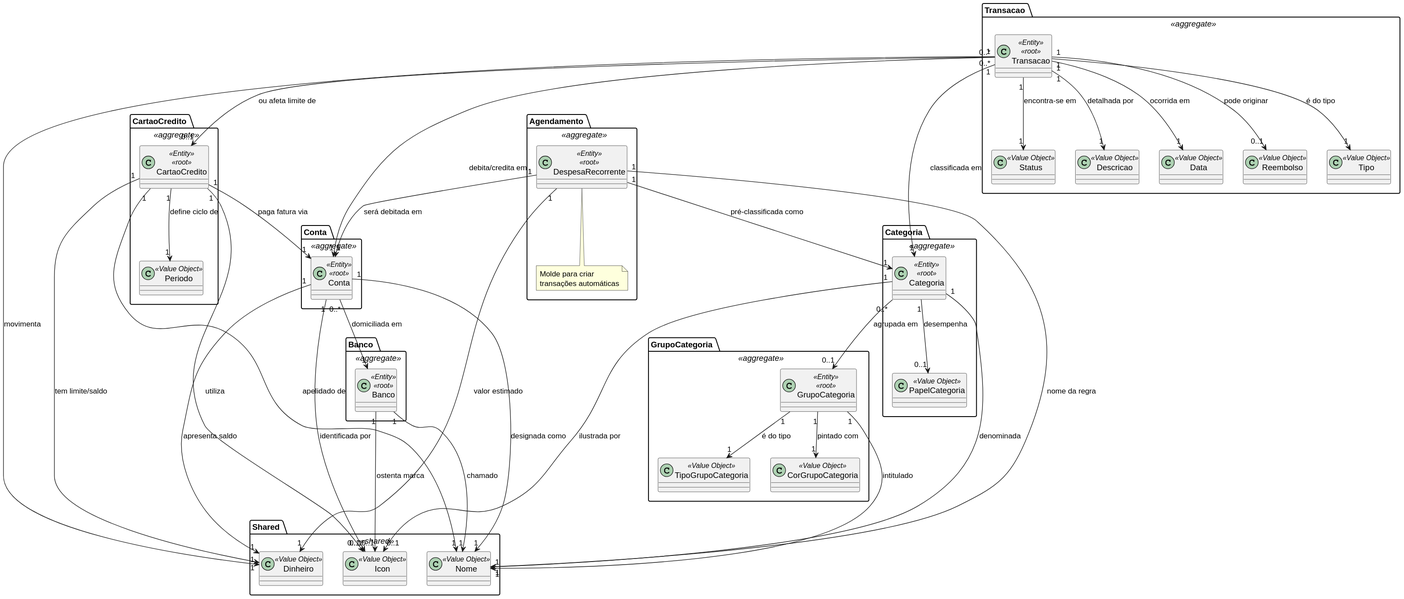
Before: docs/domain_model.svg, a diagram exported from PlantUML (DiogoMMP/Poupa-me). The source it was exported from:
```plantuml
@startuml
package "Banco " <<aggregate>> {
    class Banco <<Entity>> <<root>> {
    }
}

package "Conta " <<aggregate>> {
    class Conta <<Entity>> <<root>>{
    }
}

package "CartaoCredito " <<aggregate>> {
    class CartaoCredito <<Entity>> <<root>>{
    }

    class Periodo <<Value Object>> {
    }

    CartaoCredito "1" --> "1" Periodo: define ciclo de
}

package "Transacao " <<aggregate>> {
    class Transacao <<Entity>> <<root>>{
    }

    class Data <<Value Object>> {
    }

    class Reembolso <<Value Object>> {
    }

    class Tipo <<Value Object>> {
    }

    class Status <<Value Object>> {
    }

    class Descricao <<Value Object>> {
    }

    Transacao "1" --> "1" Data: ocorrida em
    Transacao "1" --> "0..1" Reembolso: pode originar
    Transacao "1" --> "1" Tipo: é do tipo
    Transacao "1" --> "1" Status: encontra-se em
    Transacao "1" --> "1" Descricao: detalhada por
}

package "Agendamento " <<aggregate>> {
    class DespesaRecorrente <<Entity>> <<root>> {
    }
    note bottom of DespesaRecorrente
        Molde para criar
        transações automáticas
    end note
}

package "Categoria " <<aggregate>> {
    class Categoria <<Entity>> <<root>>{
    }

    class PapelCategoria <<Value Object>> {
    }

    Categoria "1" --> "0..1" PapelCategoria: desempenha
}

package "GrupoCategoria " <<aggregate>> {
    class GrupoCategoria <<Entity>> <<root>>{
    }

    class TipoGrupoCategoria <<Value Object>> {
    }

    class CorGrupoCategoria <<Value Object>> {
    }

    GrupoCategoria "1" --> "1" TipoGrupoCategoria: é do tipo
    GrupoCategoria "1" --> "1" CorGrupoCategoria: pintado com
}

package "Shared " <<shared>> {
    class Nome <<Value Object>> {
    }

    class Dinheiro <<Value Object>> {
    }

    class Icon <<Value Object>> {
    }
}



Conta "0..*" --> "1" Banco: domiciliada em
Conta "1" ---> "0..1" Icon: identificada por
Conta "1" ---> "1" Dinheiro: apresenta saldo
Conta "1" ---> "1" Nome: designada como

CartaoCredito "1" ---> "0..1" Icon: utiliza
CartaoCredito "1" --> "1" Conta: paga fatura via
CartaoCredito "1" ---> "1" Dinheiro: tem limite/saldo
CartaoCredito "1" ---> "1" Nome: apelidado de

Transacao "0..*" --> "1" Conta: debita/credita em
Transacao "0..*" --> "0..1" CartaoCredito: ou afeta limite de
Transacao "1" --> "1" Categoria: classificada em
Transacao "1" ---> "1" Dinheiro: movimenta

DespesaRecorrente "1" --> "1" Conta: será debitada em
DespesaRecorrente "1" --> "1" Categoria: pré-classificada como
DespesaRecorrente "1" --> "1" Nome: nome da regra
DespesaRecorrente "1" --> "1" Dinheiro: valor estimado

Categoria "1" ---> "0..1" Icon: ilustrada por
Categoria "1" ---> "1" Nome: denominada
Categoria "0..*" --> "0..1" GrupoCategoria: agrupada em
GrupoCategoria "1" ---> "1" Nome: intitulado
Banco "1" ---> "0..1" Icon: ostenta marca
Banco "1" ---> "1" Nome: chamado
@enduml
```
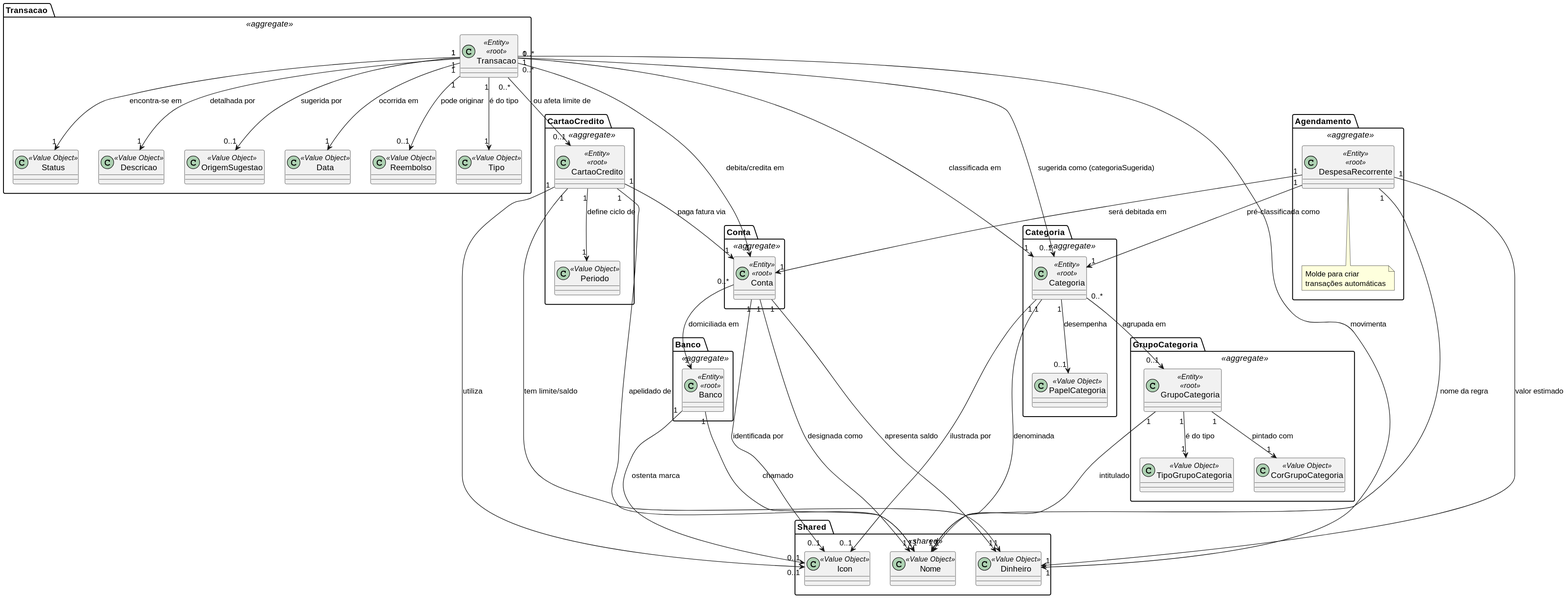
After the change.

Commit message:
docs(changes): regista F0009, sugestão de categoria em camadas

The edit, as a diff of the source:
```diff
@@ -38,11 +38,15 @@
     class Descricao <<Value Object>> {
     }
 
+    class OrigemSugestao <<Value Object>> {
+    }
+
     Transacao "1" --> "1" Data: ocorrida em
     Transacao "1" --> "0..1" Reembolso: pode originar
     Transacao "1" --> "1" Tipo: é do tipo
     Transacao "1" --> "1" Status: encontra-se em
     Transacao "1" --> "1" Descricao: detalhada por
+    Transacao "1" --> "0..1" OrigemSugestao: sugerida por
 }
 
 package "Agendamento " <<aggregate>> {
@@ -104,6 +108,7 @@
 Transacao "0..*" --> "1" Conta: debita/credita em
 Transacao "0..*" --> "0..1" CartaoCredito: ou afeta limite de
 Transacao "1" --> "1" Categoria: classificada em
+Transacao "0..*" --> "0..1" Categoria: sugerida como (categoriaSugerida)
 Transacao "1" ---> "1" Dinheiro: movimenta
 
 DespesaRecorrente "1" --> "1" Conta: será debitada em
```
